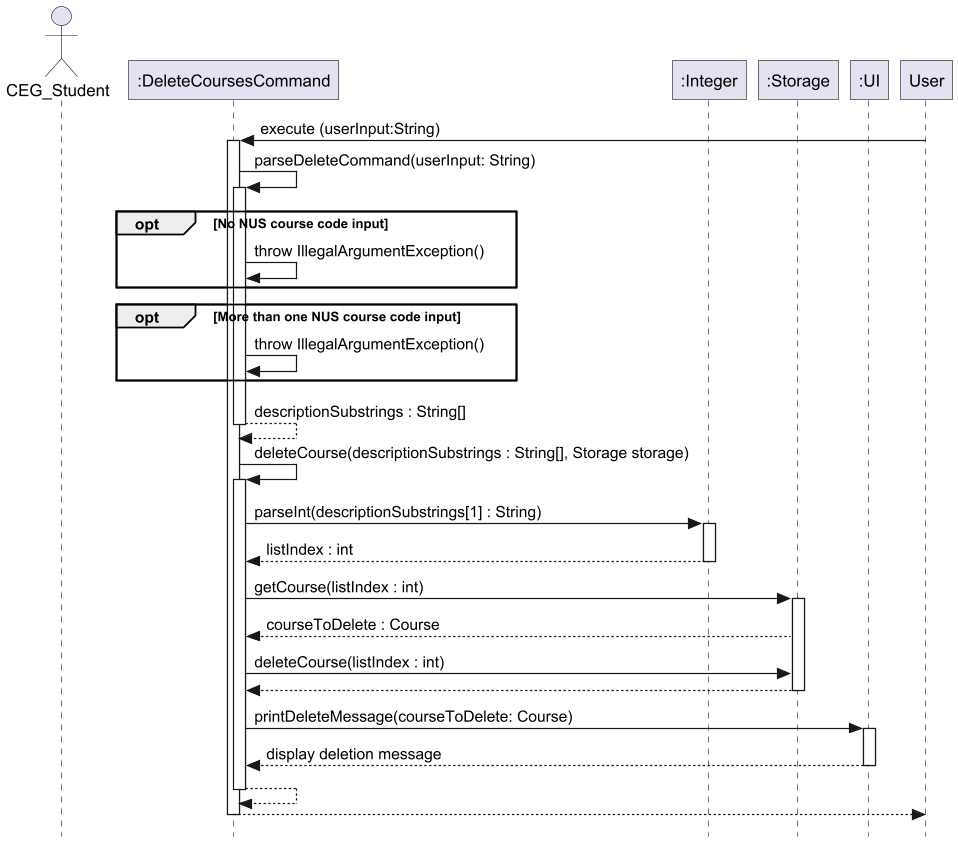
Earlier version of the PlantUML export docs/images/DeleteCoursesCommand.png (nus-cs2113-AY2425S1/tp).
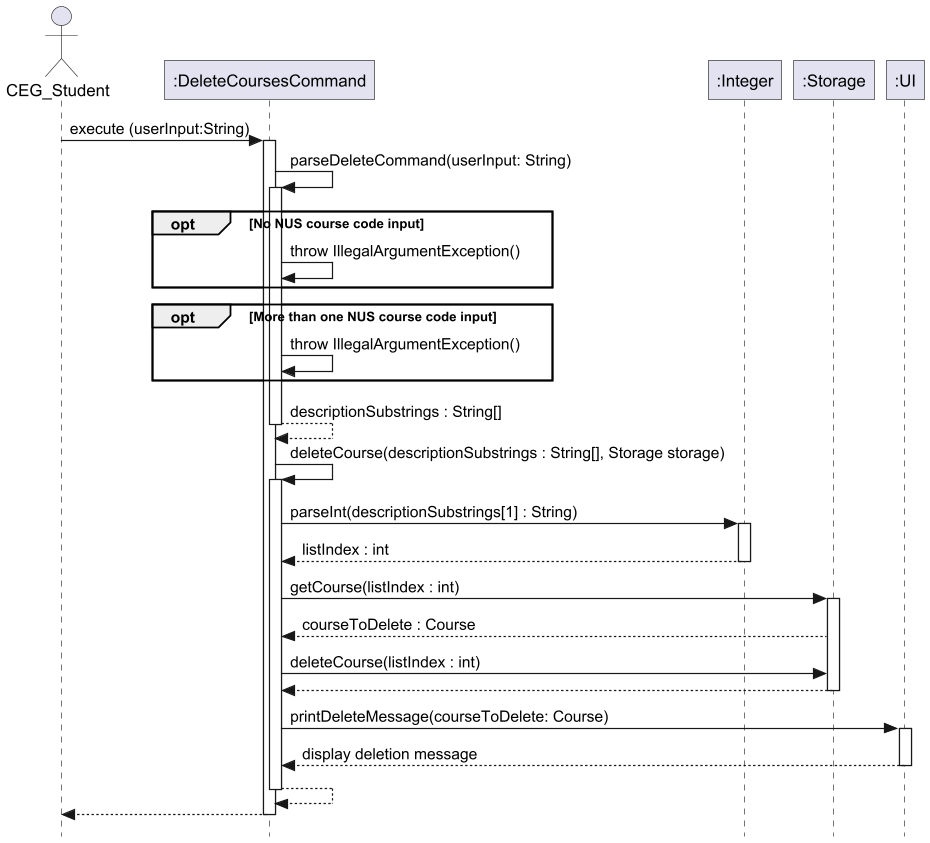
The same diagram one commit later.

Commit message:
Standardise activation bar in sequence diagram

Diff of the diagram source:
```diff
@@ -7,7 +7,7 @@
 participant ":Storage" as Storage
 participant ":UI" as UI
 
-User -> DeleteCoursesCommand: execute (userInput:String)
+CEG_Student -> DeleteCoursesCommand: execute (userInput:String)
 activate DeleteCoursesCommand
 
 DeleteCoursesCommand -> DeleteCoursesCommand: parseDeleteCommand(userInput: String)
@@ -42,6 +42,6 @@
 DeleteCoursesCommand --> DeleteCoursesCommand
 deactivate DeleteCoursesCommand
 
-DeleteCoursesCommand --> User
+DeleteCoursesCommand --> CEG_Student
 deactivate DeleteCoursesCommand
 @enduml
```
